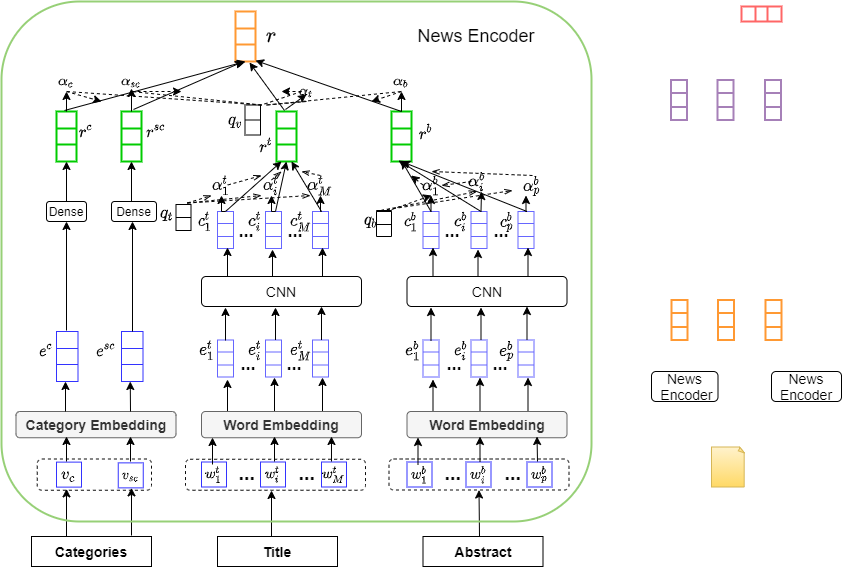
Before: MAML.png, a diagram exported from draw.io (Karry-Eva/PapersNotes). Source tidied: cells renumbered, new cells last; positions are measured from the earlier drawing's top-left corner, leaving out a move shared by most shapes.
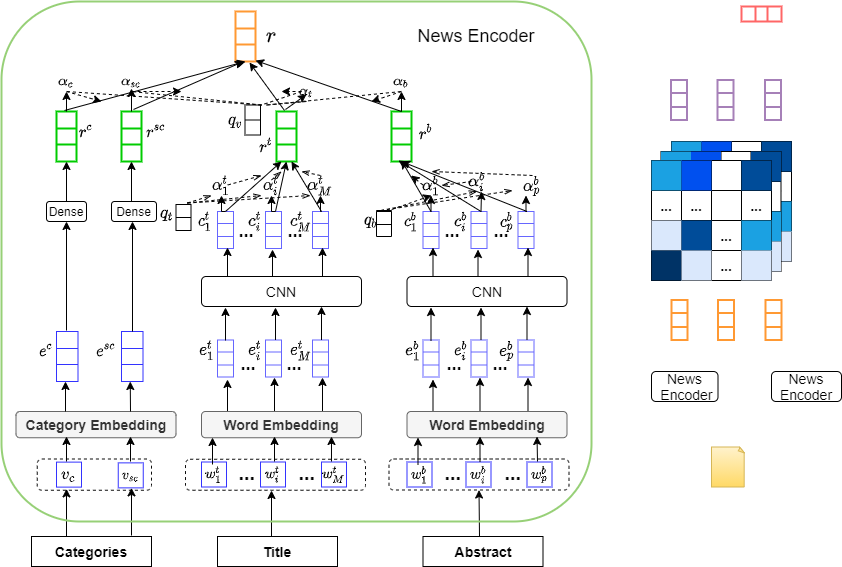
Later version of the same file.

Change to the diagram source:
```diff
@@ -1146,5 +1146,194 @@
     <mxCell id="343" style="shape=partialRectangle;html=1;whiteSpace=wrap;overflow=hidden;fillColor=none;top=0;left=0;bottom=0;right=0;" parent="342" vertex="1">
       <mxGeometry width="16" height="13" as="geometry" />
     </mxCell>
+    <mxCell id="344" style="shape=table;html=1;whiteSpace=wrap;startSize=0;" parent="1" vertex="1">
+      <mxGeometry x="670" y="140" width="120" height="120" as="geometry" />
+    </mxCell>
+    <mxCell id="345" style="shape=partialRectangle;html=1;whiteSpace=wrap;fillColor=none;top=0;left=0;bottom=0;right=0;" parent="344" vertex="1">
+      <mxGeometry width="120" height="30" as="geometry" />
+    </mxCell>
+    <mxCell id="346" style="shape=partialRectangle;html=1;whiteSpace=wrap;overflow=hidden;top=0;left=0;bottom=0;right=0;fillColor=#1ba1e2;strokeColor=#006EAF;fontColor=#ffffff;" parent="345" vertex="1">
+      <mxGeometry width="30" height="30" as="geometry" />
+    </mxCell>
+    <mxCell id="347" style="shape=partialRectangle;html=1;whiteSpace=wrap;overflow=hidden;top=0;left=0;bottom=0;right=0;fillColor=#0050ef;strokeColor=#001DBC;fontColor=#ffffff;" parent="345" vertex="1">
+      <mxGeometry x="30" width="30" height="30" as="geometry" />
+    </mxCell>
+    <mxCell id="348" style="shape=partialRectangle;html=1;whiteSpace=wrap;overflow=hidden;fillColor=none;top=0;left=0;bottom=0;right=0;" parent="345" vertex="1">
+      <mxGeometry x="60" width="30" height="30" as="geometry" />
+    </mxCell>
+    <mxCell id="349" style="shape=partialRectangle;html=1;whiteSpace=wrap;overflow=hidden;top=0;left=0;bottom=0;right=0;fillColor=#004C99;" parent="345" vertex="1">
+      <mxGeometry x="90" width="30" height="30" as="geometry" />
+    </mxCell>
+    <mxCell id="350" style="shape=partialRectangle;html=1;whiteSpace=wrap;fillColor=none;top=0;left=0;bottom=0;right=0;" parent="344" vertex="1">
+      <mxGeometry y="30" width="120" height="30" as="geometry" />
+    </mxCell>
+    <mxCell id="351" value="&lt;font style=&quot;font-size: 14px&quot;&gt;&lt;b&gt;...&lt;/b&gt;&lt;/font&gt;" style="shape=partialRectangle;html=1;whiteSpace=wrap;overflow=hidden;fillColor=none;top=0;left=0;bottom=0;right=0;align=center;direction=north;flipV=0;" parent="350" vertex="1">
+      <mxGeometry width="30" height="30" as="geometry" />
+    </mxCell>
+    <mxCell id="352" value="&lt;b style=&quot;font-size: 14px&quot;&gt;...&lt;/b&gt;" style="shape=partialRectangle;html=1;whiteSpace=wrap;overflow=hidden;fillColor=none;top=0;left=0;bottom=0;right=0;" parent="350" vertex="1">
+      <mxGeometry x="30" width="30" height="30" as="geometry" />
+    </mxCell>
+    <mxCell id="353" style="shape=partialRectangle;html=1;whiteSpace=wrap;overflow=hidden;fillColor=none;top=0;left=0;bottom=0;right=0;" parent="350" vertex="1">
+      <mxGeometry x="60" width="30" height="30" as="geometry" />
+    </mxCell>
+    <mxCell id="354" value="&lt;b style=&quot;font-size: 14px&quot;&gt;...&lt;/b&gt;" style="shape=partialRectangle;html=1;whiteSpace=wrap;overflow=hidden;fillColor=none;top=0;left=0;bottom=0;right=0;" parent="350" vertex="1">
+      <mxGeometry x="90" width="30" height="30" as="geometry" />
+    </mxCell>
+    <mxCell id="355" style="shape=partialRectangle;html=1;whiteSpace=wrap;fillColor=none;top=0;left=0;bottom=0;right=0;" parent="344" vertex="1">
+      <mxGeometry y="60" width="120" height="30" as="geometry" />
+    </mxCell>
+    <mxCell id="356" style="shape=partialRectangle;html=1;whiteSpace=wrap;overflow=hidden;fillColor=#dae8fc;top=0;left=0;bottom=0;right=0;strokeColor=#6c8ebf;" parent="355" vertex="1">
+      <mxGeometry width="30" height="30" as="geometry" />
+    </mxCell>
+    <mxCell id="357" style="shape=partialRectangle;html=1;whiteSpace=wrap;overflow=hidden;top=0;left=0;bottom=0;right=0;strokeColor=#001DBC;fontColor=#ffffff;fillColor=#004C99;" parent="355" vertex="1">
+      <mxGeometry x="30" width="30" height="30" as="geometry" />
+    </mxCell>
+    <mxCell id="358" value="&lt;b style=&quot;font-size: 14px&quot;&gt;...&lt;/b&gt;" style="shape=partialRectangle;html=1;whiteSpace=wrap;overflow=hidden;fillColor=none;top=0;left=0;bottom=0;right=0;" parent="355" vertex="1">
+      <mxGeometry x="60" width="30" height="30" as="geometry" />
+    </mxCell>
+    <mxCell id="359" style="shape=partialRectangle;html=1;whiteSpace=wrap;overflow=hidden;fillColor=#1ba1e2;top=0;left=0;bottom=0;right=0;strokeColor=#006EAF;fontColor=#ffffff;" parent="355" vertex="1">
+      <mxGeometry x="90" width="30" height="30" as="geometry" />
+    </mxCell>
+    <mxCell id="360" style="shape=partialRectangle;html=1;whiteSpace=wrap;fillColor=none;top=0;left=0;bottom=0;right=0;" parent="344" vertex="1">
+      <mxGeometry y="90" width="120" height="30" as="geometry" />
+    </mxCell>
+    <mxCell id="361" style="shape=partialRectangle;html=1;whiteSpace=wrap;overflow=hidden;top=0;left=0;bottom=0;right=0;fillColor=#003366;" parent="360" vertex="1">
+      <mxGeometry width="30" height="30" as="geometry" />
+    </mxCell>
+    <mxCell id="362" style="shape=partialRectangle;html=1;whiteSpace=wrap;overflow=hidden;fillColor=#dae8fc;top=0;left=0;bottom=0;right=0;strokeColor=#6c8ebf;" parent="360" vertex="1">
+      <mxGeometry x="30" width="30" height="30" as="geometry" />
+    </mxCell>
+    <mxCell id="363" value="&lt;b style=&quot;font-size: 14px&quot;&gt;...&lt;/b&gt;" style="shape=partialRectangle;html=1;whiteSpace=wrap;overflow=hidden;fillColor=none;top=0;left=0;bottom=0;right=0;" parent="360" vertex="1">
+      <mxGeometry x="60" width="30" height="30" as="geometry" />
+    </mxCell>
+    <mxCell id="364" style="shape=partialRectangle;html=1;whiteSpace=wrap;overflow=hidden;fillColor=#dae8fc;top=0;left=0;bottom=0;right=0;strokeColor=#6c8ebf;" parent="360" vertex="1">
+      <mxGeometry x="90" width="30" height="30" as="geometry" />
+    </mxCell>
+    <mxCell id="365" style="shape=table;html=1;whiteSpace=wrap;startSize=0;" parent="1" vertex="1">
+      <mxGeometry x="659.5" y="150" width="120" height="120" as="geometry" />
+    </mxCell>
+    <mxCell id="366" style="shape=partialRectangle;html=1;whiteSpace=wrap;fillColor=none;top=0;left=0;bottom=0;right=0;" parent="365" vertex="1">
+      <mxGeometry width="120" height="30" as="geometry" />
+    </mxCell>
+    <mxCell id="367" style="shape=partialRectangle;html=1;whiteSpace=wrap;overflow=hidden;top=0;left=0;bottom=0;right=0;fillColor=#1ba1e2;strokeColor=#006EAF;fontColor=#ffffff;" parent="366" vertex="1">
+      <mxGeometry width="30" height="30" as="geometry" />
+    </mxCell>
+    <mxCell id="368" style="shape=partialRectangle;html=1;whiteSpace=wrap;overflow=hidden;top=0;left=0;bottom=0;right=0;fillColor=#0050ef;strokeColor=#001DBC;fontColor=#ffffff;" parent="366" vertex="1">
+      <mxGeometry x="30" width="30" height="30" as="geometry" />
+    </mxCell>
+    <mxCell id="369" style="shape=partialRectangle;html=1;whiteSpace=wrap;overflow=hidden;fillColor=none;top=0;left=0;bottom=0;right=0;" parent="366" vertex="1">
+      <mxGeometry x="60" width="30" height="30" as="geometry" />
+    </mxCell>
+    <mxCell id="370" style="shape=partialRectangle;html=1;whiteSpace=wrap;overflow=hidden;top=0;left=0;bottom=0;right=0;fillColor=#004C99;" parent="366" vertex="1">
+      <mxGeometry x="90" width="30" height="30" as="geometry" />
+    </mxCell>
+    <mxCell id="371" style="shape=partialRectangle;html=1;whiteSpace=wrap;fillColor=none;top=0;left=0;bottom=0;right=0;" parent="365" vertex="1">
+      <mxGeometry y="30" width="120" height="30" as="geometry" />
+    </mxCell>
+    <mxCell id="372" value="&lt;font style=&quot;font-size: 14px&quot;&gt;&lt;b&gt;...&lt;/b&gt;&lt;/font&gt;" style="shape=partialRectangle;html=1;whiteSpace=wrap;overflow=hidden;fillColor=none;top=0;left=0;bottom=0;right=0;align=center;direction=north;flipV=0;" parent="371" vertex="1">
+      <mxGeometry width="30" height="30" as="geometry" />
+    </mxCell>
+    <mxCell id="373" value="&lt;b style=&quot;font-size: 14px&quot;&gt;...&lt;/b&gt;" style="shape=partialRectangle;html=1;whiteSpace=wrap;overflow=hidden;fillColor=none;top=0;left=0;bottom=0;right=0;" parent="371" vertex="1">
+      <mxGeometry x="30" width="30" height="30" as="geometry" />
+    </mxCell>
+    <mxCell id="374" style="shape=partialRectangle;html=1;whiteSpace=wrap;overflow=hidden;fillColor=none;top=0;left=0;bottom=0;right=0;" parent="371" vertex="1">
+      <mxGeometry x="60" width="30" height="30" as="geometry" />
+    </mxCell>
+    <mxCell id="375" value="&lt;b style=&quot;font-size: 14px&quot;&gt;...&lt;/b&gt;" style="shape=partialRectangle;html=1;whiteSpace=wrap;overflow=hidden;fillColor=none;top=0;left=0;bottom=0;right=0;" parent="371" vertex="1">
+      <mxGeometry x="90" width="30" height="30" as="geometry" />
+    </mxCell>
+    <mxCell id="376" style="shape=partialRectangle;html=1;whiteSpace=wrap;fillColor=none;top=0;left=0;bottom=0;right=0;" parent="365" vertex="1">
+      <mxGeometry y="60" width="120" height="30" as="geometry" />
+    </mxCell>
+    <mxCell id="377" style="shape=partialRectangle;html=1;whiteSpace=wrap;overflow=hidden;fillColor=#dae8fc;top=0;left=0;bottom=0;right=0;strokeColor=#6c8ebf;" parent="376" vertex="1">
+      <mxGeometry width="30" height="30" as="geometry" />
+    </mxCell>
+    <mxCell id="378" style="shape=partialRectangle;html=1;whiteSpace=wrap;overflow=hidden;top=0;left=0;bottom=0;right=0;strokeColor=#001DBC;fontColor=#ffffff;fillColor=#004C99;" parent="376" vertex="1">
+      <mxGeometry x="30" width="30" height="30" as="geometry" />
+    </mxCell>
+    <mxCell id="379" value="&lt;b style=&quot;font-size: 14px&quot;&gt;...&lt;/b&gt;" style="shape=partialRectangle;html=1;whiteSpace=wrap;overflow=hidden;fillColor=none;top=0;left=0;bottom=0;right=0;" parent="376" vertex="1">
+      <mxGeometry x="60" width="30" height="30" as="geometry" />
+    </mxCell>
+    <mxCell id="380" style="shape=partialRectangle;html=1;whiteSpace=wrap;overflow=hidden;fillColor=#1ba1e2;top=0;left=0;bottom=0;right=0;strokeColor=#006EAF;fontColor=#ffffff;" parent="376" vertex="1">
+      <mxGeometry x="90" width="30" height="30" as="geometry" />
+    </mxCell>
+    <mxCell id="381" style="shape=partialRectangle;html=1;whiteSpace=wrap;fillColor=none;top=0;left=0;bottom=0;right=0;" parent="365" vertex="1">
+      <mxGeometry y="90" width="120" height="30" as="geometry" />
+    </mxCell>
+    <mxCell id="382" style="shape=partialRectangle;html=1;whiteSpace=wrap;overflow=hidden;top=0;left=0;bottom=0;right=0;fillColor=#003366;" parent="381" vertex="1">
+      <mxGeometry width="30" height="30" as="geometry" />
+    </mxCell>
+    <mxCell id="383" style="shape=partialRectangle;html=1;whiteSpace=wrap;overflow=hidden;fillColor=#dae8fc;top=0;left=0;bottom=0;right=0;strokeColor=#6c8ebf;" parent="381" vertex="1">
+      <mxGeometry x="30" width="30" height="30" as="geometry" />
+    </mxCell>
+    <mxCell id="384" value="&lt;b style=&quot;font-size: 14px&quot;&gt;...&lt;/b&gt;" style="shape=partialRectangle;html=1;whiteSpace=wrap;overflow=hidden;fillColor=none;top=0;left=0;bottom=0;right=0;" parent="381" vertex="1">
+      <mxGeometry x="60" width="30" height="30" as="geometry" />
+    </mxCell>
+    <mxCell id="385" style="shape=partialRectangle;html=1;whiteSpace=wrap;overflow=hidden;fillColor=#dae8fc;top=0;left=0;bottom=0;right=0;strokeColor=#6c8ebf;" parent="381" vertex="1">
+      <mxGeometry x="90" width="30" height="30" as="geometry" />
+    </mxCell>
+    <mxCell id="386" style="shape=table;html=1;whiteSpace=wrap;startSize=0;" parent="1" vertex="1">
+      <mxGeometry x="650" y="159" width="120" height="120" as="geometry" />
+    </mxCell>
+    <mxCell id="387" style="shape=partialRectangle;html=1;whiteSpace=wrap;fillColor=none;top=0;left=0;bottom=0;right=0;" parent="386" vertex="1">
+      <mxGeometry width="120" height="30" as="geometry" />
+    </mxCell>
+    <mxCell id="388" style="shape=partialRectangle;html=1;whiteSpace=wrap;overflow=hidden;top=0;left=0;bottom=0;right=0;fillColor=#1ba1e2;strokeColor=#006EAF;fontColor=#ffffff;" parent="387" vertex="1">
+      <mxGeometry width="30" height="30" as="geometry" />
+    </mxCell>
+    <mxCell id="389" style="shape=partialRectangle;html=1;whiteSpace=wrap;overflow=hidden;top=0;left=0;bottom=0;right=0;fillColor=#0050ef;strokeColor=#001DBC;fontColor=#ffffff;" parent="387" vertex="1">
+      <mxGeometry x="30" width="30" height="30" as="geometry" />
+    </mxCell>
+    <mxCell id="390" style="shape=partialRectangle;html=1;whiteSpace=wrap;overflow=hidden;fillColor=none;top=0;left=0;bottom=0;right=0;" parent="387" vertex="1">
+      <mxGeometry x="60" width="30" height="30" as="geometry" />
+    </mxCell>
+    <mxCell id="391" style="shape=partialRectangle;html=1;whiteSpace=wrap;overflow=hidden;top=0;left=0;bottom=0;right=0;fillColor=#004C99;" parent="387" vertex="1">
+      <mxGeometry x="90" width="30" height="30" as="geometry" />
+    </mxCell>
+    <mxCell id="392" style="shape=partialRectangle;html=1;whiteSpace=wrap;fillColor=none;top=0;left=0;bottom=0;right=0;" parent="386" vertex="1">
+      <mxGeometry y="30" width="120" height="30" as="geometry" />
+    </mxCell>
+    <mxCell id="393" value="&lt;font style=&quot;font-size: 14px&quot;&gt;&lt;b&gt;...&lt;/b&gt;&lt;/font&gt;" style="shape=partialRectangle;html=1;whiteSpace=wrap;overflow=hidden;fillColor=none;top=0;left=0;bottom=0;right=0;align=center;direction=north;flipV=0;" parent="392" vertex="1">
+      <mxGeometry width="30" height="30" as="geometry" />
+    </mxCell>
+    <mxCell id="394" value="&lt;b style=&quot;font-size: 14px&quot;&gt;...&lt;/b&gt;" style="shape=partialRectangle;html=1;whiteSpace=wrap;overflow=hidden;fillColor=none;top=0;left=0;bottom=0;right=0;" parent="392" vertex="1">
+      <mxGeometry x="30" width="30" height="30" as="geometry" />
+    </mxCell>
+    <mxCell id="395" style="shape=partialRectangle;html=1;whiteSpace=wrap;overflow=hidden;fillColor=none;top=0;left=0;bottom=0;right=0;" parent="392" vertex="1">
+      <mxGeometry x="60" width="30" height="30" as="geometry" />
+    </mxCell>
+    <mxCell id="396" value="&lt;b style=&quot;font-size: 14px&quot;&gt;...&lt;/b&gt;" style="shape=partialRectangle;html=1;whiteSpace=wrap;overflow=hidden;fillColor=none;top=0;left=0;bottom=0;right=0;" parent="392" vertex="1">
+      <mxGeometry x="90" width="30" height="30" as="geometry" />
+    </mxCell>
+    <mxCell id="397" style="shape=partialRectangle;html=1;whiteSpace=wrap;fillColor=none;top=0;left=0;bottom=0;right=0;" parent="386" vertex="1">
+      <mxGeometry y="60" width="120" height="30" as="geometry" />
+    </mxCell>
+    <mxCell id="398" style="shape=partialRectangle;html=1;whiteSpace=wrap;overflow=hidden;fillColor=#dae8fc;top=0;left=0;bottom=0;right=0;strokeColor=#6c8ebf;" parent="397" vertex="1">
+      <mxGeometry width="30" height="30" as="geometry" />
+    </mxCell>
+    <mxCell id="399" style="shape=partialRectangle;html=1;whiteSpace=wrap;overflow=hidden;top=0;left=0;bottom=0;right=0;strokeColor=#001DBC;fontColor=#ffffff;fillColor=#004C99;" parent="397" vertex="1">
+      <mxGeometry x="30" width="30" height="30" as="geometry" />
+    </mxCell>
+    <mxCell id="400" value="&lt;b style=&quot;font-size: 14px&quot;&gt;...&lt;/b&gt;" style="shape=partialRectangle;html=1;whiteSpace=wrap;overflow=hidden;fillColor=none;top=0;left=0;bottom=0;right=0;" parent="397" vertex="1">
+      <mxGeometry x="60" width="30" height="30" as="geometry" />
+    </mxCell>
+    <mxCell id="401" style="shape=partialRectangle;html=1;whiteSpace=wrap;overflow=hidden;fillColor=#1ba1e2;top=0;left=0;bottom=0;right=0;strokeColor=#006EAF;fontColor=#ffffff;" parent="397" vertex="1">
+      <mxGeometry x="90" width="30" height="30" as="geometry" />
+    </mxCell>
+    <mxCell id="402" style="shape=partialRectangle;html=1;whiteSpace=wrap;fillColor=none;top=0;left=0;bottom=0;right=0;" parent="386" vertex="1">
+      <mxGeometry y="90" width="120" height="30" as="geometry" />
+    </mxCell>
+    <mxCell id="403" style="shape=partialRectangle;html=1;whiteSpace=wrap;overflow=hidden;top=0;left=0;bottom=0;right=0;fillColor=#003366;" parent="402" vertex="1">
+      <mxGeometry width="30" height="30" as="geometry" />
+    </mxCell>
+    <mxCell id="404" style="shape=partialRectangle;html=1;whiteSpace=wrap;overflow=hidden;fillColor=#dae8fc;top=0;left=0;bottom=0;right=0;strokeColor=#6c8ebf;" parent="402" vertex="1">
+      <mxGeometry x="30" width="30" height="30" as="geometry" />
+    </mxCell>
+    <mxCell id="405" value="&lt;b style=&quot;font-size: 14px&quot;&gt;...&lt;/b&gt;" style="shape=partialRectangle;html=1;whiteSpace=wrap;overflow=hidden;fillColor=none;top=0;left=0;bottom=0;right=0;" parent="402" vertex="1">
+      <mxGeometry x="60" width="30" height="30" as="geometry" />
+    </mxCell>
+    <mxCell id="406" style="shape=partialRectangle;html=1;whiteSpace=wrap;overflow=hidden;fillColor=#dae8fc;top=0;left=0;bottom=0;right=0;strokeColor=#6c8ebf;" parent="402" vertex="1">
+      <mxGeometry x="90" width="30" height="30" as="geometry" />
+    </mxCell>
   </root>
 </mxGraphModel>
```
